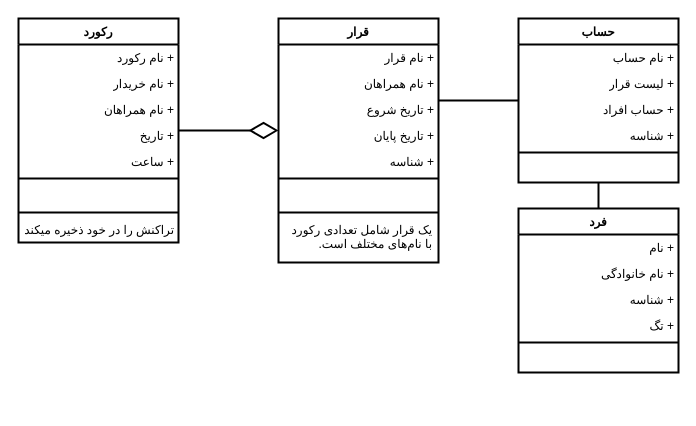
This is page "Class" (1 of 14) of UML.drawio from moharamzadeh/lets-go-dutch, a draw.io file, before an edit. Source tidied: cells renumbered, new cells numbered last; positions are measured from the earlier drawing's top-left corner, leaving out a move shared by most shapes. Both pictures are drawn from the tidied source at 100%, with x=0, y=0 at pixel (18, 18).
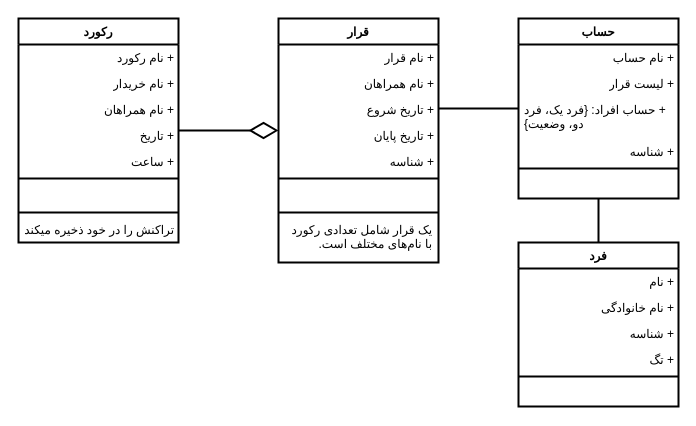
After the change.

Diff of the diagram source:
```diff
@@
     <mxCell id="23" value="فرد" style="swimlane;fontStyle=1;align=center;verticalAlign=top;horizontal=1;startSize=26;fontFamily=Vazirmatn;whiteSpace=wrap;html=1;textDirection=rtl;strokeWidth=2;" parent="1" vertex="1">
-      <mxGeometry x="500" y="190" width="160" height="164" as="geometry" />
+      <mxGeometry x="500" y="224" width="160" height="164" as="geometry" />
     </mxCell>
@@
     <mxCell id="30" value="حساب" style="swimlane;fontStyle=1;align=center;verticalAlign=top;horizontal=1;startSize=26;fontFamily=Vazirmatn;whiteSpace=wrap;html=1;textDirection=rtl;strokeWidth=2;" parent="1" vertex="1">
-      <mxGeometry x="500" width="160" height="164" as="geometry" />
+      <mxGeometry x="500" width="160" height="180" as="geometry" />
     </mxCell>
@@
-    <mxCell id="33" value="+ حساب افراد" style="text;strokeColor=none;fillColor=none;align=left;verticalAlign=top;spacingLeft=4;spacingRight=4;overflow=hidden;fontFamily=Vazirmatn;whiteSpace=wrap;html=1;textDirection=rtl;strokeWidth=2;" parent="30" vertex="1">
-      <mxGeometry y="78" width="160" height="26" as="geometry" />
+    <mxCell id="33" value="+ حساب افراد: {فرد یک، فرد دو، وضعیت}" style="text;strokeColor=none;fillColor=none;align=left;verticalAlign=top;spacingLeft=4;spacingRight=4;overflow=hidden;fontFamily=Vazirmatn;whiteSpace=wrap;html=1;textDirection=rtl;strokeWidth=2;" parent="30" vertex="1">
+      <mxGeometry y="78" width="160" height="42" as="geometry" />
     </mxCell>
     <mxCell id="34" value="+ شناسه" style="text;strokeColor=none;fillColor=none;align=left;verticalAlign=top;spacingLeft=4;spacingRight=4;overflow=hidden;fontFamily=Vazirmatn;whiteSpace=wrap;html=1;textDirection=rtl;strokeWidth=2;" parent="30" vertex="1">
-      <mxGeometry y="104" width="160" height="26" as="geometry" />
+      <mxGeometry y="120" width="160" height="26" as="geometry" />
     </mxCell>
     <mxCell id="35" style="line;strokeWidth=2;fillColor=none;align=left;verticalAlign=middle;spacingTop=-1;spacingLeft=3;spacingRight=3;labelPosition=right;fontFamily=Vazirmatn;whiteSpace=wrap;html=1;textDirection=rtl;" parent="30" vertex="1">
-      <mxGeometry y="130" width="160" height="8" as="geometry" />
+      <mxGeometry y="146" width="160" height="8" as="geometry" />
     </mxCell>
     <mxCell id="36" value=" " style="text;strokeColor=none;fillColor=none;align=left;verticalAlign=top;spacingLeft=4;spacingRight=4;overflow=hidden;fontFamily=Vazirmatn;whiteSpace=wrap;html=1;textDirection=rtl;strokeWidth=2;" parent="30" vertex="1">
-      <mxGeometry y="138" width="160" height="26" as="geometry" />
+      <mxGeometry y="154" width="160" height="26" as="geometry" />
     </mxCell>
```
